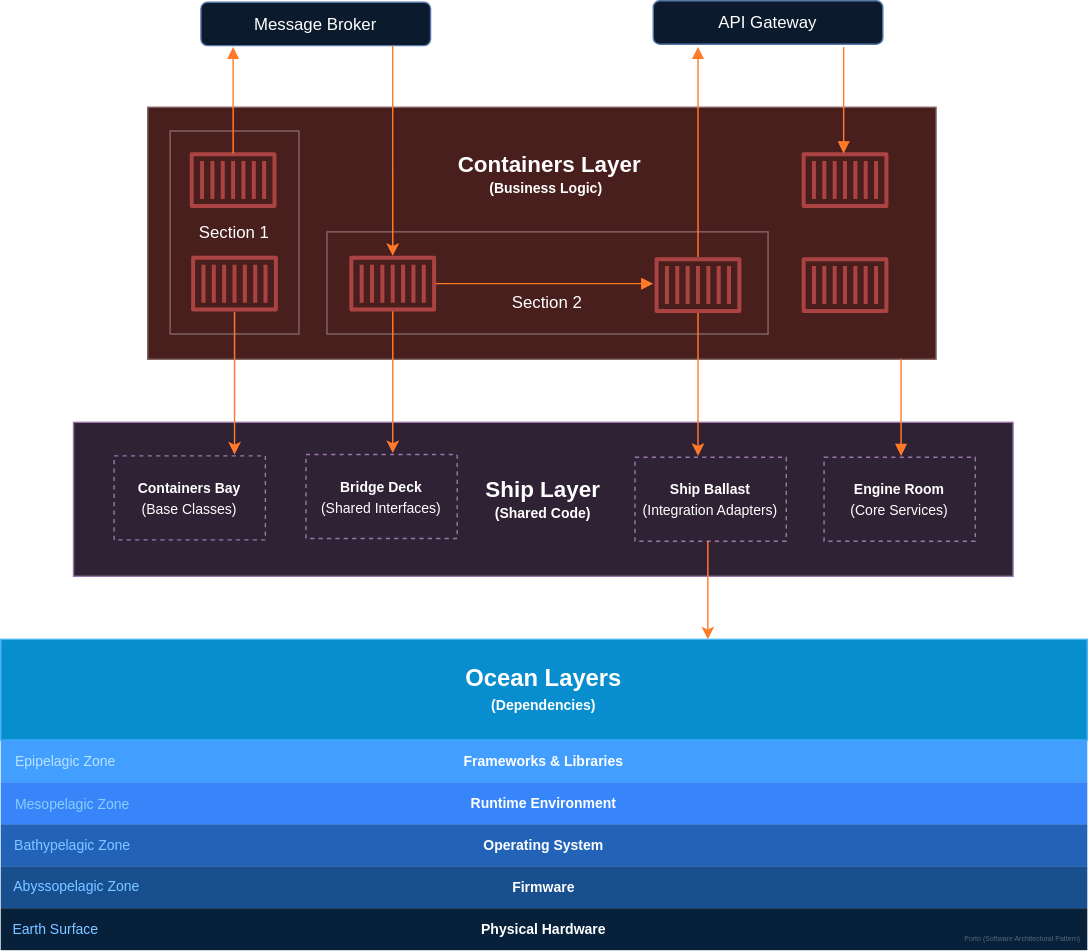
Earlier version of the draw.io export img/diagrams/porto_layers.svg (Mahmoudz/Porto). Source tidied: cells renumbered, new cells last; positions are measured from the earlier drawing's top-left corner, leaving out a move shared by most shapes.
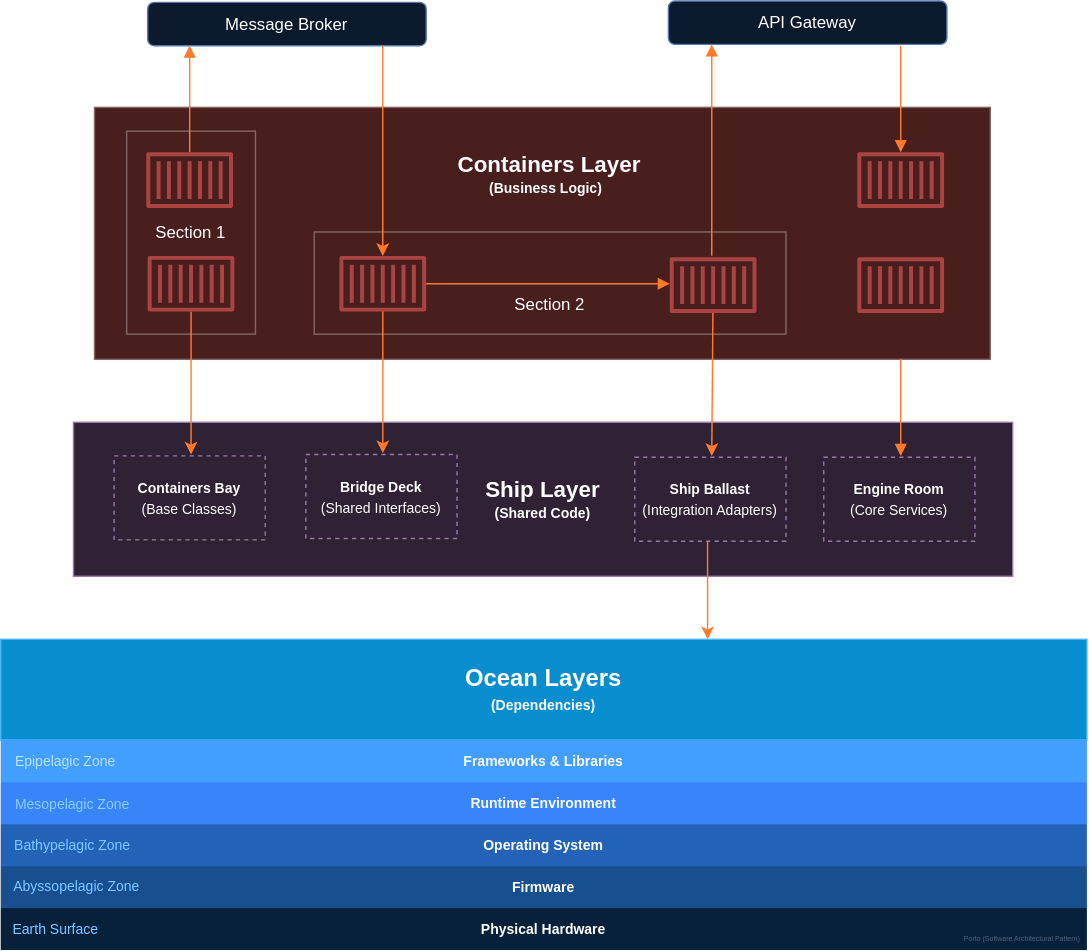
The same diagram one commit later.

Change to the diagram source:
```diff
@@ -3,10 +3,10 @@
     <mxCell id="0" />
     <mxCell id="1" parent="0" />
     <mxCell id="2" style="rounded=0;whiteSpace=wrap;html=1;fillColor=#f8cecc;strokeColor=#AB8E8D;" parent="1" vertex="1">
-      <mxGeometry x="105" y="76" width="563" height="180" as="geometry" />
+      <mxGeometry x="67" y="76" width="640" height="180" as="geometry" />
     </mxCell>
     <mxCell id="3" value="&lt;br&gt;&lt;div&gt;&lt;span style=&quot;font-weight: 400;&quot;&gt;&lt;br&gt;&lt;/span&gt;&lt;/div&gt;&lt;div&gt;&lt;span style=&quot;font-weight: 400;&quot;&gt;Section 2&lt;/span&gt;&lt;span style=&quot;font-weight: 400;&quot;&gt;&lt;br&gt;&lt;/span&gt;&lt;/div&gt;" style="rounded=0;whiteSpace=wrap;html=1;fillColor=#f8cecc;strokeColor=#AB8E8D;strokeWidth=1;fontStyle=1;" parent="1" vertex="1">
-      <mxGeometry x="233" y="165" width="315" height="73" as="geometry" />
+      <mxGeometry x="224" y="165" width="337" height="73" as="geometry" />
     </mxCell>
     <mxCell id="4" value="&lt;div&gt;&lt;font color=&quot;#000000&quot;&gt;&lt;b style=&quot;background-color: initial;&quot;&gt;&lt;font style=&quot;font-size: 17px;&quot;&gt;Ocean Layers&lt;/font&gt;&lt;/b&gt;&lt;br&gt;&lt;/font&gt;&lt;/div&gt;&lt;div style=&quot;&quot;&gt;&lt;font color=&quot;#000000&quot;&gt;&lt;font style=&quot;font-size: 10px;&quot;&gt;&lt;b&gt;&lt;font style=&quot;font-size: 10px;&quot;&gt;(&lt;/font&gt;&lt;/b&gt;&lt;/font&gt;&lt;span style=&quot;background-color: initial; font-size: 10px;&quot;&gt;&lt;b&gt;Dependencies&lt;/b&gt;&lt;/span&gt;&lt;b style=&quot;font-size: 10px; background-color: initial;&quot;&gt;)&lt;/b&gt;&lt;/font&gt;&lt;/div&gt;" style="rounded=0;whiteSpace=wrap;html=1;fillColor=#1ba1e2;strokeColor=#006EAF;fontColor=#ffffff;" parent="1" vertex="1">
       <mxGeometry y="456" width="776" height="72" as="geometry" />
@@ -15,7 +15,7 @@
       <mxGeometry x="52" y="301" width="671" height="110" as="geometry" />
     </mxCell>
     <mxCell id="6" value="&lt;font style=&quot;font-weight: normal;&quot;&gt;Section 1&lt;/font&gt;" style="rounded=0;whiteSpace=wrap;html=1;fillColor=#f8cecc;strokeColor=#AB8E8D;strokeWidth=1;fontStyle=1;" parent="1" vertex="1">
-      <mxGeometry x="121" y="93" width="92" height="145" as="geometry" />
+      <mxGeometry x="90" y="93" width="92" height="145" as="geometry" />
     </mxCell>
     <mxCell id="7" value="&lt;font style=&quot;font-size: 10px;&quot;&gt;&lt;b&gt;Engine Room&lt;/b&gt;&lt;br&gt;(Core Services)&lt;/font&gt;" style="rounded=0;whiteSpace=wrap;html=1;fillColor=#e1d5e7;strokeColor=#9673a6;dashed=1;" parent="1" vertex="1">
       <mxGeometry x="588" y="326" width="108" height="60" as="geometry" />
@@ -37,7 +37,7 @@
     </mxCell>
     <mxCell id="13" style="endArrow=none;html=1;rounded=0;startArrow=block;startFill=1;endFill=0;strokeColor=#e65200;" parent="1" edge="1" target="30">
       <mxGeometry relative="1" as="geometry">
-        <mxPoint x="466" y="202" as="sourcePoint" />
+        <mxPoint x="478" y="202" as="sourcePoint" />
       </mxGeometry>
     </mxCell>
     <mxCell id="14" value="&lt;font&gt;&lt;span style=&quot;font-size: 10px;&quot;&gt;&lt;b&gt;Firmware&lt;/b&gt;&lt;/span&gt;&lt;br&gt;&lt;/font&gt;" style="rounded=0;whiteSpace=wrap;html=1;fillColor=#87BFFF;strokeColor=none;fontColor=default;gradientColor=none;glass=0;" parent="1" vertex="1">
@@ -51,8 +51,8 @@
     </mxCell>
     <mxCell id="17" style="endArrow=classic;html=1;rounded=0;fontColor=default;strokeColor=#e65200;" parent="1" edge="1">
       <mxGeometry relative="1" as="geometry">
-        <mxPoint x="280" y="221" as="sourcePoint" />
-        <mxPoint x="280" y="323" as="targetPoint" />
+        <mxPoint x="273" y="221" as="sourcePoint" />
+        <mxPoint x="273" y="323" as="targetPoint" />
       </mxGeometry>
     </mxCell>
     <mxCell id="18" style="endArrow=none;html=1;rounded=0;fontColor=default;strokeColor=#e65200;startArrow=block;startFill=1;endFill=0;" parent="1" edge="1">
@@ -69,17 +69,17 @@
     </mxCell>
     <mxCell id="20" style="endArrow=classic;html=1;rounded=0;fontColor=default;strokeColor=#e65200;" parent="1" edge="1" source="33">
       <mxGeometry relative="1" as="geometry">
-        <mxPoint x="498" y="325" as="targetPoint" />
+        <mxPoint x="508" y="325" as="targetPoint" />
       </mxGeometry>
     </mxCell>
     <mxCell id="21" style="endArrow=classic;html=1;rounded=0;fontColor=default;strokeColor=#e65200;" parent="1" edge="1">
       <mxGeometry relative="1" as="geometry">
-        <mxPoint x="167" y="222" as="sourcePoint" />
-        <mxPoint x="167" y="324" as="targetPoint" />
+        <mxPoint x="136" y="222" as="sourcePoint" />
+        <mxPoint x="136" y="324" as="targetPoint" />
       </mxGeometry>
     </mxCell>
     <mxCell id="22" style="group;" parent="1" vertex="1">
-      <mxGeometry x="136" y="182" width="61.9" height="43" as="geometry" />
+      <mxGeometry x="105" y="182" width="61.9" height="43" as="geometry" />
     </mxCell>
     <mxCell id="23" style="group;" parent="22" vertex="1">
       <mxGeometry width="61.9" height="43" as="geometry" />
@@ -88,7 +88,7 @@
       <mxGeometry width="61.9" height="40" as="geometry" />
     </mxCell>
     <mxCell id="25" style="group;" parent="1" vertex="1">
-      <mxGeometry x="135" y="108" width="61.9" height="43" as="geometry" />
+      <mxGeometry x="104" y="108" width="61.9" height="43" as="geometry" />
     </mxCell>
     <mxCell id="26" style="group;" parent="25" vertex="1">
       <mxGeometry width="61.9" height="43" as="geometry" />
@@ -97,7 +97,7 @@
       <mxGeometry width="61.9" height="40" as="geometry" />
     </mxCell>
     <mxCell id="28" style="group;" parent="1" vertex="1">
-      <mxGeometry x="249" y="182" width="61.9" height="43" as="geometry" />
+      <mxGeometry x="242" y="182" width="61.9" height="43" as="geometry" />
     </mxCell>
     <mxCell id="29" style="group;" parent="28" vertex="1">
       <mxGeometry width="61.9" height="43" as="geometry" />
@@ -106,7 +106,7 @@
       <mxGeometry width="61.9" height="40" as="geometry" />
     </mxCell>
     <mxCell id="31" style="group;" parent="1" vertex="1">
-      <mxGeometry x="467" y="183" width="61.9" height="43" as="geometry" />
+      <mxGeometry x="478" y="183" width="61.9" height="43" as="geometry" />
     </mxCell>
     <mxCell id="32" style="group;" parent="31" vertex="1">
       <mxGeometry width="61.9" height="43" as="geometry" />
@@ -115,7 +115,7 @@
       <mxGeometry width="61.9" height="40" as="geometry" />
     </mxCell>
     <mxCell id="34" style="group;" parent="1" vertex="1">
-      <mxGeometry x="572" y="183" width="61.9" height="43" as="geometry" />
+      <mxGeometry x="612" y="183" width="61.9" height="43" as="geometry" />
     </mxCell>
     <mxCell id="35" style="group;" parent="34" vertex="1">
       <mxGeometry width="61.9" height="43" as="geometry" />
@@ -124,7 +124,7 @@
       <mxGeometry width="61.9" height="40" as="geometry" />
     </mxCell>
     <mxCell id="37" style="group;" parent="1" vertex="1">
-      <mxGeometry x="572" y="108" width="61.9" height="43" as="geometry" />
+      <mxGeometry x="612" y="108" width="61.9" height="43" as="geometry" />
     </mxCell>
     <mxCell id="38" style="group;" parent="37" vertex="1">
       <mxGeometry width="61.9" height="43" as="geometry" />
@@ -136,7 +136,7 @@
       <mxGeometry x="304" y="101" width="162" height="46" as="geometry" />
     </mxCell>
     <mxCell id="41" value="&lt;span style=&quot;text-wrap: nowrap;&quot;&gt;Message Broker&lt;/span&gt;" style="rounded=1;whiteSpace=wrap;html=1;fillColor=#dae8fc;strokeColor=#6c8ebf;direction=west;" parent="1" vertex="1">
-      <mxGeometry x="143" y="1" width="164" height="31" as="geometry" />
+      <mxGeometry x="105" y="1" width="199" height="31" as="geometry" />
     </mxCell>
     <mxCell id="42" value="&lt;font style=&quot;font-size: 5px;&quot;&gt;Porto (Software Architectural Pattern)&lt;/font&gt;" style="text;html=1;align=center;verticalAlign=middle;whiteSpace=wrap;rounded=0;fontColor=#8FA0B3;" parent="1" vertex="1">
       <mxGeometry x="685" y="658" width="90" height="20" as="geometry" />
@@ -158,27 +158,29 @@
     </mxCell>
     <mxCell id="48" style="endArrow=none;html=1;rounded=0;fontColor=default;strokeColor=#e65200;startArrow=block;startFill=1;endFill=0;" parent="1" edge="1">
       <mxGeometry relative="1" as="geometry">
-        <mxPoint x="166" y="33" as="sourcePoint" />
-        <mxPoint x="166" y="109" as="targetPoint" />
+        <mxPoint x="135" y="32" as="sourcePoint" />
+        <mxPoint x="135" y="108" as="targetPoint" />
       </mxGeometry>
     </mxCell>
-    <mxCell id="49" style="endArrow=classic;html=1;rounded=0;fontColor=default;strokeColor=#e65200;exitX=0.165;exitY=0;exitDx=0;exitDy=0;exitPerimeter=0;" parent="1" edge="1" source="41" target="30">
-      <mxGeometry relative="1" as="geometry" />
+    <mxCell id="49" style="endArrow=classic;html=1;rounded=0;fontColor=default;strokeColor=#e65200;exitX=0.165;exitY=0;exitDx=0;exitDy=0;exitPerimeter=0;" parent="1" edge="1" target="30">
+      <mxGeometry relative="1" as="geometry">
+        <mxPoint x="272.9" y="32" as="sourcePoint" />
+      </mxGeometry>
     </mxCell>
     <mxCell id="50" style="endArrow=none;html=1;rounded=0;fontColor=default;strokeColor=#e65200;exitX=0.165;exitY=0;exitDx=0;exitDy=0;exitPerimeter=0;startArrow=block;startFill=1;endFill=0;" parent="1" edge="1">
       <mxGeometry relative="1" as="geometry">
-        <mxPoint x="498" y="33" as="sourcePoint" />
-        <mxPoint x="498" y="183" as="targetPoint" />
+        <mxPoint x="508" y="31" as="sourcePoint" />
+        <mxPoint x="508" y="182" as="targetPoint" />
       </mxGeometry>
     </mxCell>
     <mxCell id="51" style="endArrow=block;html=1;rounded=0;fontColor=default;strokeColor=#e65200;startArrow=none;startFill=0;endFill=1;" parent="1" edge="1">
       <mxGeometry relative="1" as="geometry">
-        <mxPoint x="602" y="33" as="sourcePoint" />
-        <mxPoint x="602" y="109" as="targetPoint" />
+        <mxPoint x="643" y="32" as="sourcePoint" />
+        <mxPoint x="643" y="108" as="targetPoint" />
       </mxGeometry>
     </mxCell>
     <mxCell id="52" value="&lt;span style=&quot;text-wrap: nowrap;&quot;&gt;API Gateway&lt;/span&gt;" style="rounded=1;whiteSpace=wrap;html=1;fillColor=#dae8fc;strokeColor=#6c8ebf;direction=west;" parent="1" vertex="1">
-      <mxGeometry x="466" width="164" height="31" as="geometry" />
+      <mxGeometry x="477" width="199" height="31" as="geometry" />
     </mxCell>
   </root>
 </mxGraphModel>
```
